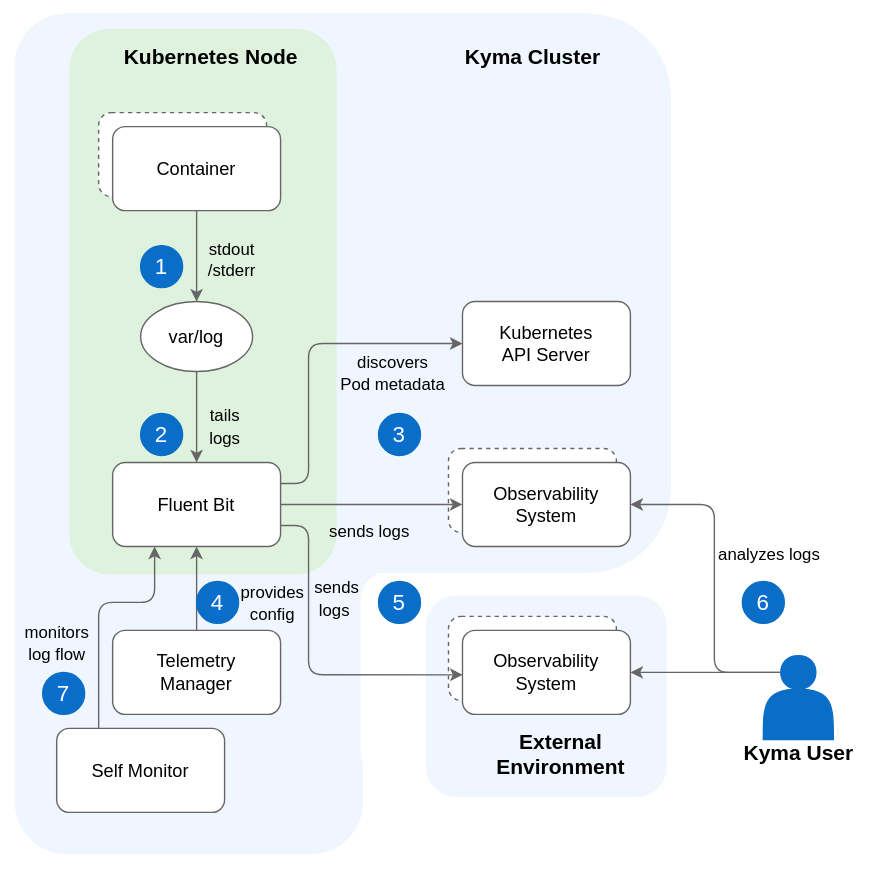
This is docs/user/assets/logs-arch.drawio.svg from kyma-project/telemetry-manager, a draw.io export, as it was before one commit. Source tidied: cells renumbered, new cells last; positions are measured from the earlier drawing's top-left corner, leaving out a move shared by most shapes.
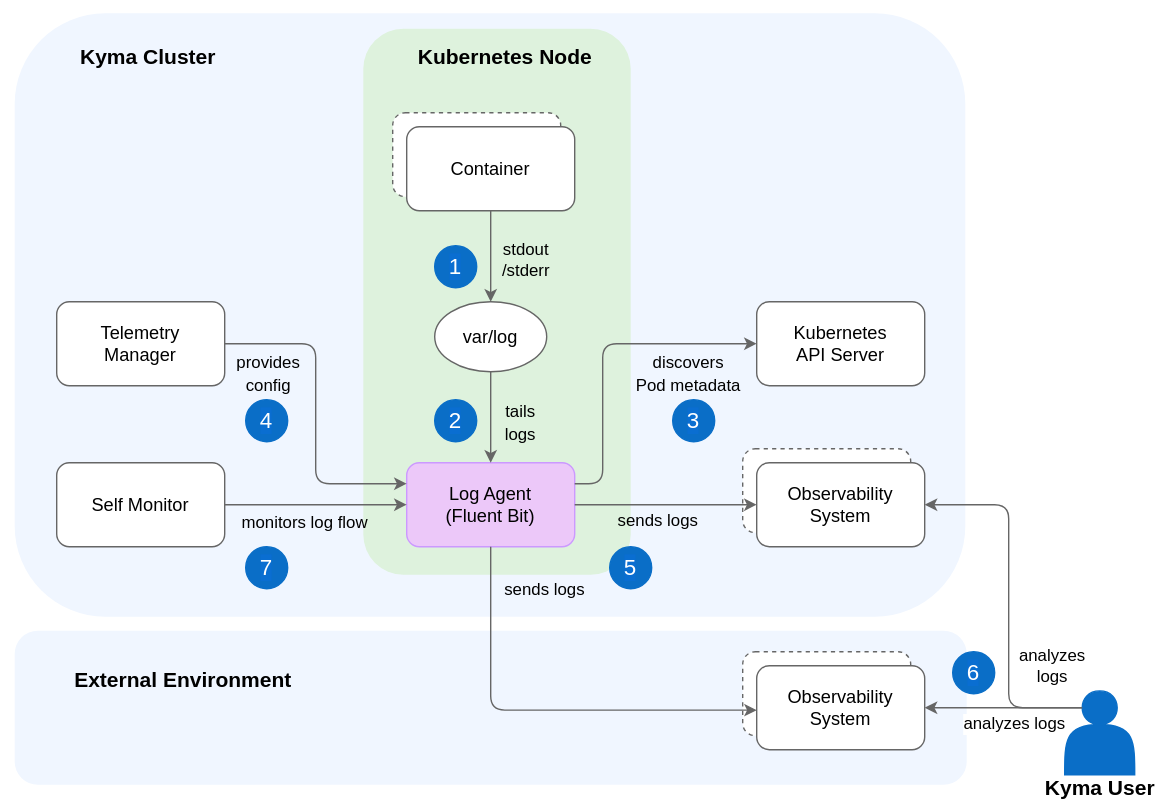
The same diagram one commit later.

Diff of the diagram source:
```diff
@@ -3,49 +3,40 @@
     <mxCell id="0" />
     <mxCell id="1" parent="0" />
     <mxCell id="2" style="rounded=0;whiteSpace=wrap;html=1;strokeColor=none;fillColor=#FFFFFF;" parent="1" vertex="1">
-      <mxGeometry width="620" height="620" as="geometry" />
+      <mxGeometry x="30" width="830" height="580" as="geometry" />
     </mxCell>
-    <mxCell id="3" style="rounded=1;whiteSpace=wrap;html=1;strokeColor=none;fillColor=#F0F6FF;" parent="1" vertex="1">
-      <mxGeometry x="249" y="402.5" width="118.7" height="135" as="geometry" />
-    </mxCell>
-    <mxCell id="4" style="rounded=1;whiteSpace=wrap;html=1;strokeColor=none;fillColor=#F0F6FF;" parent="1" vertex="1">
-      <mxGeometry x="10" y="9" width="249" height="601" as="geometry" />
-    </mxCell>
-    <mxCell id="5" style="rounded=1;whiteSpace=wrap;html=1;strokeColor=none;" parent="1" vertex="1">
-      <mxGeometry x="257.2" y="407.5" width="138.3" height="150" as="geometry" />
-    </mxCell>
     <mxCell id="6" style="rounded=1;whiteSpace=wrap;html=1;strokeColor=none;fillColor=#F0F6FF;" parent="1" vertex="1">
-      <mxGeometry x="30" y="9" width="449" height="400" as="geometry" />
+      <mxGeometry x="40" y="9" width="679" height="431" as="geometry" />
     </mxCell>
     <mxCell id="7" style="rounded=1;whiteSpace=wrap;html=1;strokeColor=none;fillColor=#DEF2DD;" parent="1" vertex="1">
-      <mxGeometry x="49" y="20" width="191" height="390" as="geometry" />
+      <mxGeometry x="289" y="20" width="191" height="390" as="geometry" />
     </mxCell>
     <mxCell id="8" style="rounded=1;whiteSpace=wrap;html=1;fillColor=#ffffff;gradientColor=none;strokeColor=#666666;dashed=1;" parent="1" vertex="1">
-      <mxGeometry x="70" y="80" width="120" height="60" as="geometry" />
+      <mxGeometry x="310" y="80" width="120" height="60" as="geometry" />
     </mxCell>
     <mxCell id="9" value="Container" style="rounded=1;whiteSpace=wrap;html=1;fontSize=13;strokeColor=#666666;" parent="1" vertex="1">
-      <mxGeometry x="80" y="90" width="120" height="60" as="geometry" />
+      <mxGeometry x="320" y="90" width="120" height="60" as="geometry" />
     </mxCell>
     <mxCell id="10" value="var/log" style="ellipse;whiteSpace=wrap;html=1;fontSize=13;strokeColor=#666666;" parent="1" vertex="1">
-      <mxGeometry x="100" y="215" width="80" height="50" as="geometry" />
+      <mxGeometry x="340" y="215" width="80" height="50" as="geometry" />
     </mxCell>
     <mxCell id="11" style="edgeStyle=orthogonalEdgeStyle;rounded=1;jettySize=auto;html=1;startArrow=none;startFill=0;endArrow=classic;endFill=1;strokeColor=#666666;exitX=0.5;exitY=1;exitDx=0;exitDy=0;entryX=0.5;entryY=0;entryDx=0;entryDy=0;" parent="1" edge="1" source="9" target="10">
       <mxGeometry relative="1" as="geometry" />
     </mxCell>
     <mxCell id="12" value="stdout&lt;br&gt;/stderr" style="text;html=1;align=center;verticalAlign=middle;" parent="1" vertex="1">
-      <mxGeometry x="140" y="170" width="50" height="30" as="geometry" />
+      <mxGeometry x="380" y="170" width="50" height="30" as="geometry" />
     </mxCell>
-    <mxCell id="13" value="Fluent Bit" style="rounded=1;whiteSpace=wrap;html=1;fontSize=13;strokeColor=#666666;" parent="1" vertex="1">
-      <mxGeometry x="80" y="330" width="120" height="60" as="geometry" />
+    <mxCell id="13" value="Log Agent&lt;br&gt;(Fluent Bit)" style="rounded=1;whiteSpace=wrap;html=1;fontSize=13;strokeColor=#CC99FF;fillColor=#ECC8F9;" parent="1" vertex="1">
+      <mxGeometry x="320" y="330" width="120" height="60" as="geometry" />
     </mxCell>
     <mxCell id="14" value="&lt;font style=&quot;font-size: 16px&quot;&gt;1&lt;/font&gt;" style="ellipse;whiteSpace=wrap;html=1;labelBackgroundColor=#0A6ED1;fontColor=#FFFFFF;fillColor=#0A6EC7;strokeColor=#0A6EC7;" parent="1" vertex="1">
-      <mxGeometry x="100" y="175" width="30" height="30" as="geometry" />
+      <mxGeometry x="340" y="175" width="30" height="30" as="geometry" />
     </mxCell>
     <mxCell id="15" style="edgeStyle=orthogonalEdgeStyle;rounded=1;jettySize=auto;html=1;startArrow=none;startFill=0;endArrow=classic;endFill=1;exitX=1;exitY=0.25;exitDx=0;exitDy=0;strokeColor=#666666;entryX=0;entryY=0.5;entryDx=0;entryDy=0;" parent="1" edge="1" source="13" target="25">
       <mxGeometry relative="1" as="geometry">
         <Array as="points">
-          <mxPoint x="220" y="345" />
-          <mxPoint x="220" y="245" />
+          <mxPoint x="460" y="345" />
+          <mxPoint x="460" y="245" />
         </Array>
       </mxGeometry>
     </mxCell>
@@ -55,23 +46,20 @@
       </mxGeometry>
     </mxCell>
     <mxCell id="17" value="&lt;font style=&quot;font-size: 16px&quot;&gt;2&lt;/font&gt;" style="ellipse;whiteSpace=wrap;html=1;labelBackgroundColor=#0A6ED1;fontColor=#FFFFFF;fillColor=#0A6EC7;strokeColor=#0A6EC7;" parent="1" vertex="1">
-      <mxGeometry x="100" y="295" width="30" height="30" as="geometry" />
+      <mxGeometry x="340" y="285" width="30" height="30" as="geometry" />
     </mxCell>
-    <mxCell id="18" value="&lt;font style=&quot;font-size: 16px&quot;&gt;5&lt;/font&gt;" style="ellipse;whiteSpace=wrap;html=1;labelBackgroundColor=#0A6ED1;fontColor=#FFFFFF;fillColor=#0A6EC7;strokeColor=#0A6EC7;" parent="1" vertex="1">
-      <mxGeometry x="270" y="415" width="30" height="30" as="geometry" />
-    </mxCell>
     <mxCell id="19" value="sends logs&amp;nbsp;" style="text;html=1;align=center;verticalAlign=middle;strokeColor=none;" parent="1" vertex="1">
-      <mxGeometry x="225" y="365" width="80" height="30" as="geometry" />
+      <mxGeometry x="461" y="357" width="80" height="30" as="geometry" />
     </mxCell>
     <mxCell id="20" value="&lt;font style=&quot;font-size: 15px&quot;&gt;&lt;b&gt;Kubernetes Node&lt;/b&gt;&lt;/font&gt;" style="text;html=1;align=center;verticalAlign=middle;" parent="1" vertex="1">
-      <mxGeometry x="80" y="30" width="140" height="20" as="geometry" />
+      <mxGeometry x="320" y="30" width="140" height="20" as="geometry" />
     </mxCell>
-    <mxCell id="21" style="edgeStyle=orthogonalEdgeStyle;rounded=1;jettySize=auto;html=1;startArrow=none;startFill=0;endArrow=classic;endFill=1;exitX=0.5;exitY=0;exitDx=0;exitDy=0;strokeColor=#666666;entryX=0.5;entryY=1;entryDx=0;entryDy=0;" parent="1" edge="1" source="27" target="13">
+    <mxCell id="21" style="edgeStyle=orthogonalEdgeStyle;rounded=1;jettySize=auto;html=1;startArrow=none;startFill=0;endArrow=classic;endFill=1;exitX=1;exitY=0.5;exitDx=0;exitDy=0;strokeColor=#666666;entryX=0;entryY=0.25;entryDx=0;entryDy=0;" parent="1" edge="1" source="27" target="13">
       <mxGeometry relative="1" as="geometry" />
     </mxCell>
     <mxCell id="22" value="&lt;font style=&quot;font-size: 12px&quot;&gt;provides&lt;br&gt;config&lt;br&gt;&lt;/font&gt;" style="text;html=1;align=center;verticalAlign=middle;labelBackgroundColor=none;fontSize=13;" parent="21" vertex="1">
       <mxGeometry x="-0.24" y="2" relative="1" as="geometry">
-        <mxPoint x="56" y="3" as="offset" />
+        <mxPoint x="-37" y="-3" as="offset" />
       </mxGeometry>
     </mxCell>
     <mxCell id="23" style="edgeStyle=orthogonalEdgeStyle;rounded=1;jettySize=auto;html=1;startArrow=none;startFill=0;endArrow=classic;endFill=1;exitX=0.5;exitY=1;exitDx=0;exitDy=0;strokeColor=#666666;entryX=0.5;entryY=0;entryDx=0;entryDy=0;" parent="1" edge="1" source="10" target="13">
@@ -79,76 +67,45 @@
     </mxCell>
     <mxCell id="24" value="&lt;font style=&quot;font-size: 12px&quot;&gt;tails &lt;br&gt;logs&lt;br&gt;&lt;/font&gt;" style="text;html=1;align=center;verticalAlign=middle;labelBackgroundColor=none;fontSize=13;" parent="23" vertex="1">
       <mxGeometry x="-0.24" y="2" relative="1" as="geometry">
-        <mxPoint x="18" y="14" as="offset" />
+        <mxPoint x="18" y="10" as="offset" />
       </mxGeometry>
     </mxCell>
     <mxCell id="25" value="Kubernetes&lt;br&gt;API Server" style="rounded=1;whiteSpace=wrap;html=1;fontSize=13;strokeColor=#666666;" parent="1" vertex="1">
-      <mxGeometry x="330" y="215" width="120" height="60" as="geometry" />
+      <mxGeometry x="570" y="215" width="120" height="60" as="geometry" />
     </mxCell>
     <mxCell id="26" value="&lt;font style=&quot;font-size: 16px&quot;&gt;3&lt;/font&gt;" style="ellipse;whiteSpace=wrap;html=1;labelBackgroundColor=#0A6ED1;fontColor=#FFFFFF;fillColor=#0A6EC7;strokeColor=#0A6EC7;" parent="1" vertex="1">
-      <mxGeometry x="270" y="295" width="30" height="30" as="geometry" />
+      <mxGeometry x="510" y="285" width="30" height="30" as="geometry" />
     </mxCell>
     <mxCell id="27" value="Telemetry&lt;br&gt;Manager" style="rounded=1;whiteSpace=wrap;html=1;fontSize=13;strokeColor=#666666;" parent="1" vertex="1">
-      <mxGeometry x="80" y="450" width="120" height="60" as="geometry" />
+      <mxGeometry x="70" y="215" width="120" height="60" as="geometry" />
     </mxCell>
     <mxCell id="28" value="&lt;font style=&quot;font-size: 16px&quot;&gt;4&lt;/font&gt;" style="ellipse;whiteSpace=wrap;html=1;labelBackgroundColor=#0A6ED1;fontColor=#FFFFFF;fillColor=#0A6EC7;strokeColor=#0A6EC7;" parent="1" vertex="1">
-      <mxGeometry x="140" y="415" width="30" height="30" as="geometry" />
+      <mxGeometry x="205" y="285" width="30" height="30" as="geometry" />
     </mxCell>
-    <mxCell id="29" style="rounded=1;whiteSpace=wrap;html=1;strokeColor=none;fillColor=#F0F6FF;" parent="1" vertex="1">
-      <mxGeometry x="304" y="425" width="172" height="144" as="geometry" />
-    </mxCell>
-    <mxCell id="30" value="Observability&lt;br&gt;System" style="rounded=1;whiteSpace=wrap;html=1;fontSize=13;strokeColor=#666666;dashed=1;" parent="1" vertex="1">
-      <mxGeometry x="320" y="440" width="120" height="60" as="geometry" />
-    </mxCell>
-    <mxCell id="31" style="edgeStyle=orthogonalEdgeStyle;rounded=1;jettySize=auto;html=1;strokeColor=#666666;entryX=1;entryY=0.5;entryDx=0;entryDy=0;exitX=0.25;exitY=0.2;exitDx=0;exitDy=0;exitPerimeter=0;" parent="1" edge="1" source="43" target="37">
-      <mxGeometry relative="1" as="geometry" />
-    </mxCell>
     <mxCell id="32" value="&lt;font style=&quot;font-size: 15px&quot;&gt;&lt;b&gt;Kyma Cluster&lt;/b&gt;&lt;/font&gt;" style="text;html=1;align=center;verticalAlign=middle;" parent="1" vertex="1">
-      <mxGeometry x="325" y="30" width="110" height="20" as="geometry" />
+      <mxGeometry x="80" y="30" width="110" height="20" as="geometry" />
     </mxCell>
-    <mxCell id="33" value="&lt;font style=&quot;font-size: 15px&quot;&gt;&lt;b&gt;External&lt;br&gt;Environment&lt;/b&gt;&lt;/font&gt;" style="text;html=1;align=center;verticalAlign=middle;" parent="1" vertex="1">
-      <mxGeometry x="345" y="517.5" width="110" height="40" as="geometry" />
-    </mxCell>
-    <mxCell id="34" value="&lt;font style=&quot;font-size: 16px&quot;&gt;6&lt;/font&gt;" style="ellipse;whiteSpace=wrap;html=1;labelBackgroundColor=#0A6ED1;fontColor=#FFFFFF;fillColor=#0A6EC7;strokeColor=#0A6EC7;" parent="1" vertex="1">
-      <mxGeometry x="530" y="415" width="30" height="30" as="geometry" />
-    </mxCell>
-    <mxCell id="35" style="edgeStyle=orthogonalEdgeStyle;rounded=1;jettySize=auto;html=1;startArrow=none;startFill=0;endArrow=classic;endFill=1;exitX=1;exitY=0.75;exitDx=0;exitDy=0;strokeColor=#666666;entryX=0.001;entryY=0.529;entryDx=0;entryDy=0;entryPerimeter=0;" parent="1" edge="1" source="13" target="37">
-      <mxGeometry relative="1" as="geometry">
-        <Array as="points">
-          <mxPoint x="220" y="375" />
-          <mxPoint x="220" y="482" />
-        </Array>
-      </mxGeometry>
-    </mxCell>
-    <mxCell id="36" value="&lt;span style=&quot;font-size: 12px&quot;&gt;sends&lt;br&gt;logs&lt;/span&gt;&lt;span style=&quot;font-size: 12px&quot;&gt;&amp;nbsp;&lt;/span&gt;" style="text;html=1;align=center;verticalAlign=middle;labelBackgroundColor=none;fontSize=13;" parent="35" vertex="1">
-      <mxGeometry x="-0.24" y="2" relative="1" as="geometry">
-        <mxPoint x="18" y="-19" as="offset" />
-      </mxGeometry>
-    </mxCell>
-    <mxCell id="37" value="Observability&lt;br&gt;System" style="rounded=1;whiteSpace=wrap;html=1;fontSize=13;strokeColor=#666666;" parent="1" vertex="1">
-      <mxGeometry x="330" y="450" width="120" height="60" as="geometry" />
-    </mxCell>
     <mxCell id="38" value="Observability&lt;br&gt;System" style="rounded=1;whiteSpace=wrap;html=1;fontSize=13;strokeColor=#666666;dashed=1;" parent="1" vertex="1">
-      <mxGeometry x="320" y="320" width="120" height="60" as="geometry" />
+      <mxGeometry x="560" y="320" width="120" height="60" as="geometry" />
     </mxCell>
     <mxCell id="39" value="Observability&lt;br&gt;System" style="rounded=1;whiteSpace=wrap;html=1;fontSize=13;strokeColor=#666666;" parent="1" vertex="1">
-      <mxGeometry x="330" y="330" width="120" height="60" as="geometry" />
+      <mxGeometry x="570" y="330" width="120" height="60" as="geometry" />
     </mxCell>
     <mxCell id="40" style="rounded=1;jettySize=auto;html=1;strokeColor=#666666;entryX=1;entryY=0.5;entryDx=0;entryDy=0;exitX=0.25;exitY=0.2;exitDx=0;exitDy=0;exitPerimeter=0;edgeStyle=orthogonalEdgeStyle;" parent="1" edge="1" source="43" target="39">
       <mxGeometry relative="1" as="geometry">
         <Array as="points">
-          <mxPoint x="510" y="480" />
-          <mxPoint x="510" y="360" />
+          <mxPoint x="750" y="505" />
+          <mxPoint x="750" y="360" />
         </Array>
       </mxGeometry>
     </mxCell>
-    <mxCell id="41" value="analyzes logs" style="edgeLabel;html=1;align=center;verticalAlign=middle;fontSize=12;" parent="40" vertex="1">
-      <mxGeometry x="0.09" y="-1" relative="1" as="geometry">
-        <mxPoint x="38" y="-8" as="offset" />
-      </mxGeometry>
-    </mxCell>
+    <mxCell id="50" value="&lt;font style=&quot;font-size: 12px;&quot;&gt;analyzes &lt;br&gt;logs&lt;/font&gt;" style="edgeLabel;html=1;align=center;verticalAlign=middle;" parent="40" vertex="1">
+      <mxGeometry x="-0.05" relative="1" as="geometry">
+        <mxPoint x="30" y="40" as="offset" />
+      </mxGeometry>
+    </mxCell>
     <mxCell id="42" style="group;" parent="1" vertex="1">
-      <mxGeometry x="525" y="468" width="90" height="79" as="geometry" />
+      <mxGeometry x="770" y="493" width="90" height="79" as="geometry" />
     </mxCell>
     <mxCell id="43" style="shape=actor;whiteSpace=wrap;html=1;fillColor=#0A6EC7;strokeColor=#0A6EC7;" parent="42" vertex="1">
       <mxGeometry x="20" width="50" height="60" as="geometry" />
@@ -159,29 +116,72 @@
     <mxCell id="45" style="edgeStyle=orthogonalEdgeStyle;rounded=1;jettySize=auto;html=1;startArrow=none;startFill=0;endArrow=classic;endFill=1;strokeColor=#666666;exitX=1;exitY=0.5;exitDx=0;exitDy=0;entryX=0;entryY=0.5;entryDx=0;entryDy=0;" parent="1" edge="1" source="13" target="39">
       <mxGeometry relative="1" as="geometry">
         <Array as="points">
-          <mxPoint x="220" y="360" />
-          <mxPoint x="220" y="360" />
+          <mxPoint x="460" y="360" />
+          <mxPoint x="460" y="360" />
         </Array>
       </mxGeometry>
     </mxCell>
     <mxCell id="46" value="Self Monitor" style="rounded=1;whiteSpace=wrap;html=1;fontSize=13;strokeColor=#666666;" parent="1" vertex="1">
-      <mxGeometry x="40" y="520" width="120" height="60" as="geometry" />
+      <mxGeometry x="70" y="330" width="120" height="60" as="geometry" />
     </mxCell>
-    <mxCell id="47" style="edgeStyle=orthogonalEdgeStyle;rounded=1;jettySize=auto;html=1;startArrow=none;startFill=0;endArrow=classic;endFill=1;exitX=0.25;exitY=0;exitDx=0;exitDy=0;strokeColor=#666666;entryX=0.25;entryY=1;entryDx=0;entryDy=0;" parent="1" edge="1" source="46" target="13">
+    <mxCell id="47" style="edgeStyle=orthogonalEdgeStyle;rounded=1;jettySize=auto;html=1;startArrow=none;startFill=0;endArrow=classic;endFill=1;exitX=1;exitY=0.5;exitDx=0;exitDy=0;strokeColor=#666666;entryX=0;entryY=0.5;entryDx=0;entryDy=0;" parent="1" edge="1" source="46" target="13">
       <mxGeometry relative="1" as="geometry">
         <Array as="points">
-          <mxPoint x="70" y="430" />
-          <mxPoint x="110" y="430" />
+          <mxPoint x="290" y="360" />
+          <mxPoint x="290" y="360" />
         </Array>
       </mxGeometry>
     </mxCell>
+    <mxCell id="51" value="&lt;font style=&quot;font-size: 12px;&quot;&gt;monitors log flow&lt;/font&gt;" style="edgeLabel;html=1;align=center;verticalAlign=middle;labelBackgroundColor=none;" parent="47" vertex="1">
+      <mxGeometry x="-0.55" y="4" relative="1" as="geometry">
+        <mxPoint x="27" y="16" as="offset" />
+      </mxGeometry>
+    </mxCell>
-    <mxCell id="48" value="&lt;font style=&quot;font-size: 12px&quot;&gt;monitors&lt;br&gt;log flow&lt;br&gt;&lt;/font&gt;" style="text;html=1;align=center;verticalAlign=middle;labelBackgroundColor=none;fontSize=13;" parent="1" vertex="1">
-      <mxGeometry x="170" y="430" as="geometry">
+    <mxCell id="48" value="&lt;font style=&quot;font-size: 12px&quot;&gt;&lt;br&gt;&lt;/font&gt;" style="text;html=1;align=center;verticalAlign=middle;labelBackgroundColor=none;fontSize=13;" parent="1" vertex="1">
+      <mxGeometry x="410" y="430" as="geometry">
         <mxPoint x="-130" y="29" as="offset" />
       </mxGeometry>
     </mxCell>
     <mxCell id="49" value="&lt;font style=&quot;font-size: 16px&quot;&gt;7&lt;/font&gt;" style="ellipse;whiteSpace=wrap;html=1;labelBackgroundColor=#0A6ED1;fontColor=#FFFFFF;fillColor=#0A6EC7;strokeColor=#0A6EC7;" parent="1" vertex="1">
-      <mxGeometry x="30" y="480" width="30" height="30" as="geometry" />
+      <mxGeometry x="205" y="390" width="30" height="30" as="geometry" />
     </mxCell>
+    <mxCell id="29" style="rounded=1;whiteSpace=wrap;html=1;strokeColor=none;fillColor=#F0F6FF;" parent="1" vertex="1">
+      <mxGeometry x="40" y="450" width="680" height="110" as="geometry" />
+    </mxCell>
+    <mxCell id="18" value="&lt;font style=&quot;font-size: 16px&quot;&gt;5&lt;/font&gt;" style="ellipse;whiteSpace=wrap;html=1;labelBackgroundColor=#0A6ED1;fontColor=#FFFFFF;fillColor=#0A6EC7;strokeColor=#0A6EC7;" parent="1" vertex="1">
+      <mxGeometry x="465" y="390" width="30" height="30" as="geometry" />
+    </mxCell>
+    <mxCell id="30" value="Observability&lt;br&gt;System" style="rounded=1;whiteSpace=wrap;html=1;fontSize=13;strokeColor=#666666;dashed=1;" parent="1" vertex="1">
+      <mxGeometry x="560" y="465" width="120" height="60" as="geometry" />
+    </mxCell>
+    <mxCell id="33" value="&lt;font style=&quot;font-size: 15px&quot;&gt;&lt;b&gt;External Environment&lt;/b&gt;&lt;/font&gt;" style="text;html=1;align=center;verticalAlign=middle;" parent="1" vertex="1">
+      <mxGeometry x="70" y="470" width="180" height="30" as="geometry" />
+    </mxCell>
+    <mxCell id="37" value="Observability&lt;br&gt;System" style="rounded=1;whiteSpace=wrap;html=1;fontSize=13;strokeColor=#666666;" parent="1" vertex="1">
+      <mxGeometry x="570" y="475" width="120" height="60" as="geometry" />
+    </mxCell>
+    <mxCell id="35" style="edgeStyle=orthogonalEdgeStyle;rounded=1;jettySize=auto;html=1;startArrow=none;startFill=0;endArrow=classic;endFill=1;exitX=0.5;exitY=1;exitDx=0;exitDy=0;strokeColor=#666666;entryX=0.001;entryY=0.529;entryDx=0;entryDy=0;entryPerimeter=0;" parent="1" edge="1" source="13" target="37">
+      <mxGeometry relative="1" as="geometry">
+        <Array as="points">
+          <mxPoint x="380" y="507" />
+        </Array>
+      </mxGeometry>
+    </mxCell>
+    <mxCell id="36" value="&lt;font style=&quot;font-size: 12px;&quot;&gt;sends logs&amp;nbsp;&lt;/font&gt;" style="text;html=1;align=center;verticalAlign=middle;labelBackgroundColor=none;fontSize=13;" parent="35" vertex="1">
+      <mxGeometry x="-0.24" y="2" relative="1" as="geometry">
+        <mxPoint x="39" y="-85" as="offset" />
+      </mxGeometry>
+    </mxCell>
+    <mxCell id="31" style="rounded=1;jettySize=auto;html=1;strokeColor=#666666;entryX=1;entryY=0.5;entryDx=0;entryDy=0;exitX=0.25;exitY=0.2;exitDx=0;exitDy=0;exitPerimeter=0;" parent="1" edge="1" source="43" target="37">
+      <mxGeometry relative="1" as="geometry" />
+    </mxCell>
+    <mxCell id="41" value="analyzes logs" style="edgeLabel;html=1;align=center;verticalAlign=middle;fontSize=12;" parent="31" vertex="1">
+      <mxGeometry x="0.09" y="-1" relative="1" as="geometry">
+        <mxPoint x="12" y="12" as="offset" />
+      </mxGeometry>
+    </mxCell>
+    <mxCell id="34" value="&lt;font style=&quot;font-size: 16px&quot;&gt;6&lt;/font&gt;" style="ellipse;whiteSpace=wrap;html=1;labelBackgroundColor=#0A6ED1;fontColor=#FFFFFF;fillColor=#0A6EC7;strokeColor=#0A6EC7;" parent="1" vertex="1">
+      <mxGeometry x="710" y="465" width="30" height="30" as="geometry" />
+    </mxCell>
   </root>
 </mxGraphModel>
```
